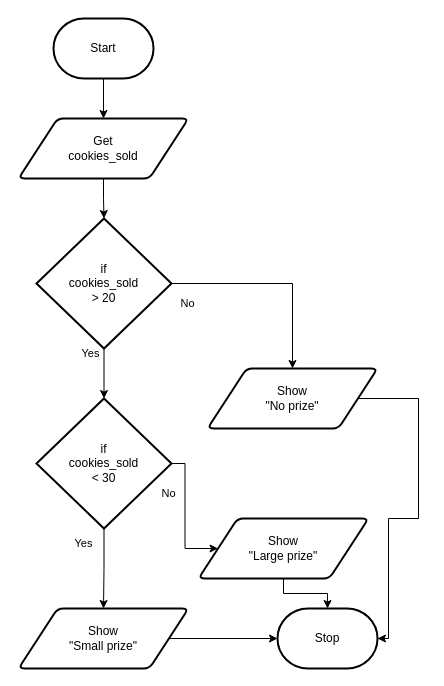
Before: docs/structured-problem-solving/images/flowchart-nested-if.drawio in Mr-Coxall/Computer-Based-Problem-Solving, a draw.io diagram. Source tidied: cells renumbered, new cells numbered last; positions are measured from the earlier drawing's top-left corner, leaving out a move shared by most shapes. Both pictures are drawn from the tidied source at 100%, with x=0, y=0 at pixel (18, 18).
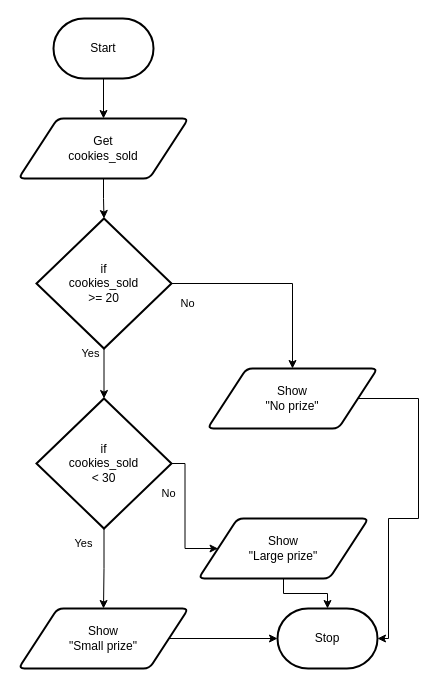
The same diagram, later.

Change to the diagram source:
```diff
@@
-    <mxCell id="9" value="if&lt;br&gt;cookies_sold&lt;br&gt;&amp;gt; 20" style="strokeWidth=2;html=1;shape=mxgraph.flowchart.decision;whiteSpace=wrap;" parent="1" vertex="1">
+    <mxCell id="9" value="if&lt;br&gt;cookies_sold&lt;br&gt;&amp;gt;= 20" style="strokeWidth=2;html=1;shape=mxgraph.flowchart.decision;whiteSpace=wrap;" parent="1" vertex="1">
       <mxGeometry x="18" y="200" width="135" height="130" as="geometry" />
     </mxCell>
```
